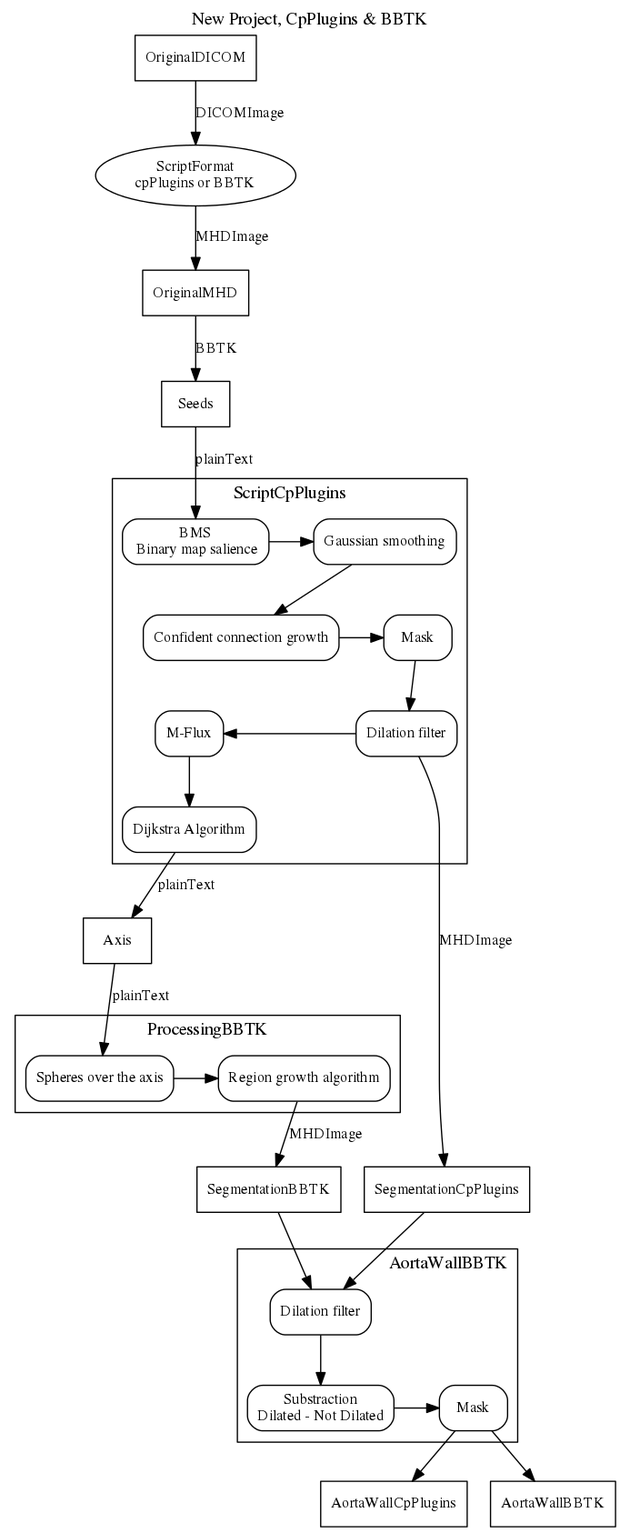
This is docs/new_project.png from sercharpak/Proyecto_de_grado, a Graphviz export, as it was before one commit. Its source is kept beside it as docs/new_project.gv. Its diagram source:
```dot
digraph G {
graph [label="New Project, CpPlugins & BBTK", labelloc=t, labeljust=c, dpi = 100]
rankdir=UD;
node [fontsize=12, shape=record]
edge [fontsize=12]
ScriptFormat[label="ScriptFormat\ncpPlugins or BBTK" , fontsize=12, shape = ellipse];
subgraph cluster_ScriptCpPlugins_graph{
                        label ="ScriptCpPlugins";
                        labelloc=t;
                        labeljust=c;
                        cpPlgins_BMS [label="BMS\n Binary map salience" shape=Mrecord];
                        cpPlgins_Gauss [label="Gaussian smoothing" shape=Mrecord];
                        cpPlgins_Conection [label="Confident connection growth" shape=Mrecord];
                        cpPlgins_Mask [label="Mask" shape=Mrecord];
                        cpPlgins_Dilation [label="Dilation filter" shape=Mrecord];
                        cpPlgins_M_Flux [label="M-Flux" shape=Mrecord];
                        cpPlgins_Dijkstra [label="Dijkstra Algorithm" shape=Mrecord];
                        {rank=same; cpPlgins_BMS,cpPlgins_Gauss }
                        {rank=same; cpPlgins_Conection,cpPlgins_Mask }
                        {rank=same; cpPlgins_Dilation,cpPlgins_M_Flux }
}
subgraph cluster_ProcessingBBTK_graph{
                        label ="ProcessingBBTK";
                        labelloc=t;
                        labeljust=c;
                        BBTK_Spheres [label="Spheres over the axis" shape=Mrecord];
                        BBTK_Growth [label="Region growth algorithm" shape=Mrecord];
                        {rank=same; BBTK_Spheres,BBTK_Growth }
}
subgraph cluster_AortaWallBBTK_graph{
                        label ="AortaWallBBTK";
                        labelloc=t;
                        labeljust=r;
                        BBTK_Dilation [label="Dilation filter" shape=Mrecord];
                        BBTK_Substraction [label="Substraction\nDilated - Not Dilated" shape=Mrecord];
                        BBTK_Mask [label="Mask" shape=Mrecord];
                        {rank=same; BBTK_Substraction,BBTK_Mask }
}
OriginalDICOM -> ScriptFormat [label=DICOMImage];
ScriptFormat -> OriginalMHD [label=MHDImage];
OriginalMHD -> Seeds[label=BBTK];
Seeds -> cpPlgins_BMS[label=plainText];
cpPlgins_BMS -> cpPlgins_Gauss;
cpPlgins_Gauss -> cpPlgins_Conection;
cpPlgins_Conection -> cpPlgins_Mask;
cpPlgins_Mask -> cpPlgins_Dilation;
cpPlgins_Dilation -> cpPlgins_M_Flux;
cpPlgins_M_Flux -> cpPlgins_Dijkstra;
cpPlgins_Dilation -> SegmentationCpPlugins[label=MHDImage];
cpPlgins_Dijkstra -> Axis[label=plainText];

Axis -> BBTK_Spheres[label=plainText];
BBTK_Spheres -> BBTK_Growth;
BBTK_Growth -> SegmentationBBTK[label=MHDImage];
SegmentationCpPlugins -> BBTK_Dilation;
SegmentationBBTK -> BBTK_Dilation;
BBTK_Dilation -> BBTK_Substraction;
BBTK_Substraction -> BBTK_Mask;
BBTK_Mask -> AortaWallCpPlugins;
BBTK_Mask -> AortaWallBBTK;
}
```
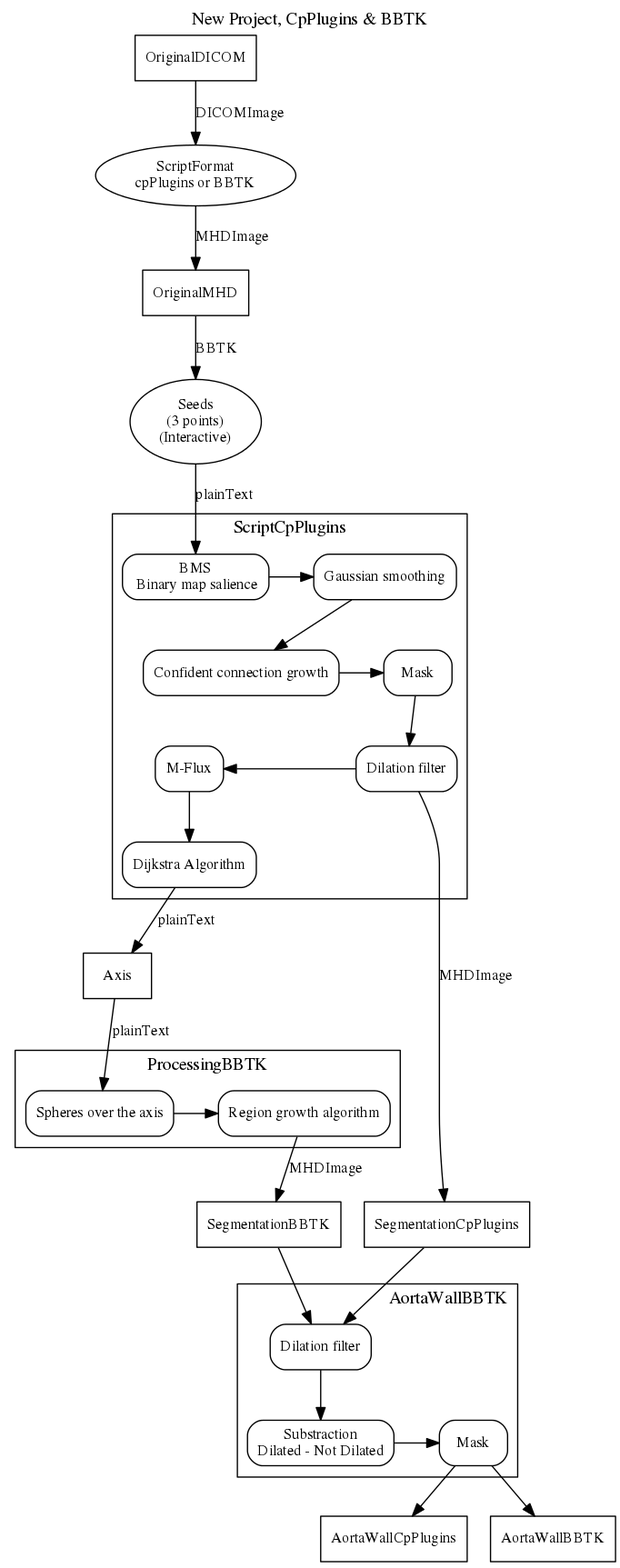
The same file after the commit.

Commit message:
Diagrams for the old projects

Change to the diagram source:
```diff
@@ -4,6 +4,7 @@
 node [fontsize=12, shape=record]
 edge [fontsize=12]
 ScriptFormat[label="ScriptFormat\ncpPlugins or BBTK" , fontsize=12, shape = ellipse];
+Seeds[label="Seeds\n(3 points)\n(Interactive)", fontsize=12, shape = ellipse];
 subgraph cluster_ScriptCpPlugins_graph{
                         label ="ScriptCpPlugins";
                         labelloc=t;
```
